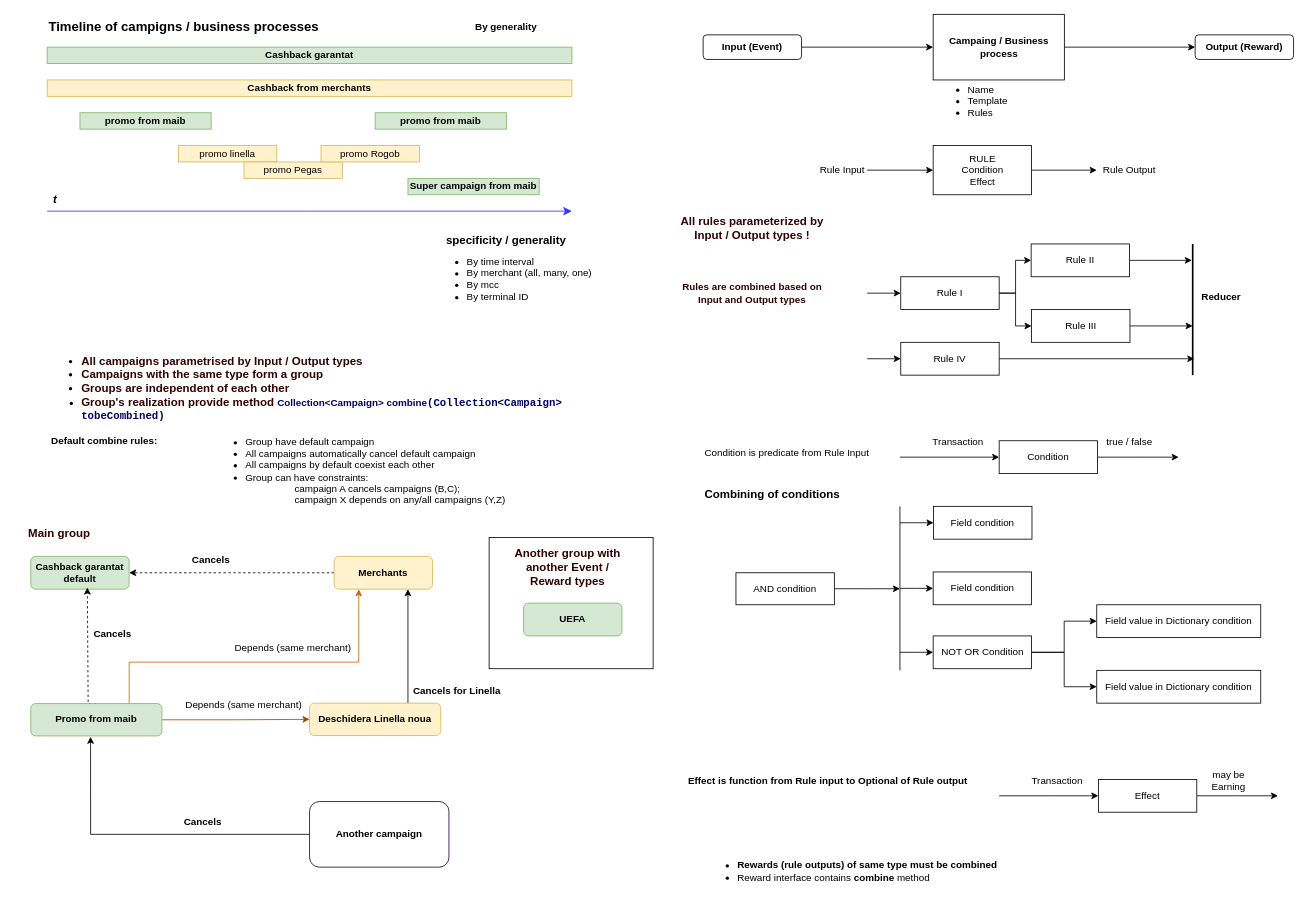
Earlier version of the draw.io diagram Диаграмма без названия.drawio (DemiusAcademius/diagrams). Source tidied: cells renumbered, new cells numbered last; positions are measured from the earlier drawing's top-left corner, leaving out a move shared by most shapes. Both pictures are drawn from the tidied source at 82%, with x=0, y=0 at pixel (14, 14).
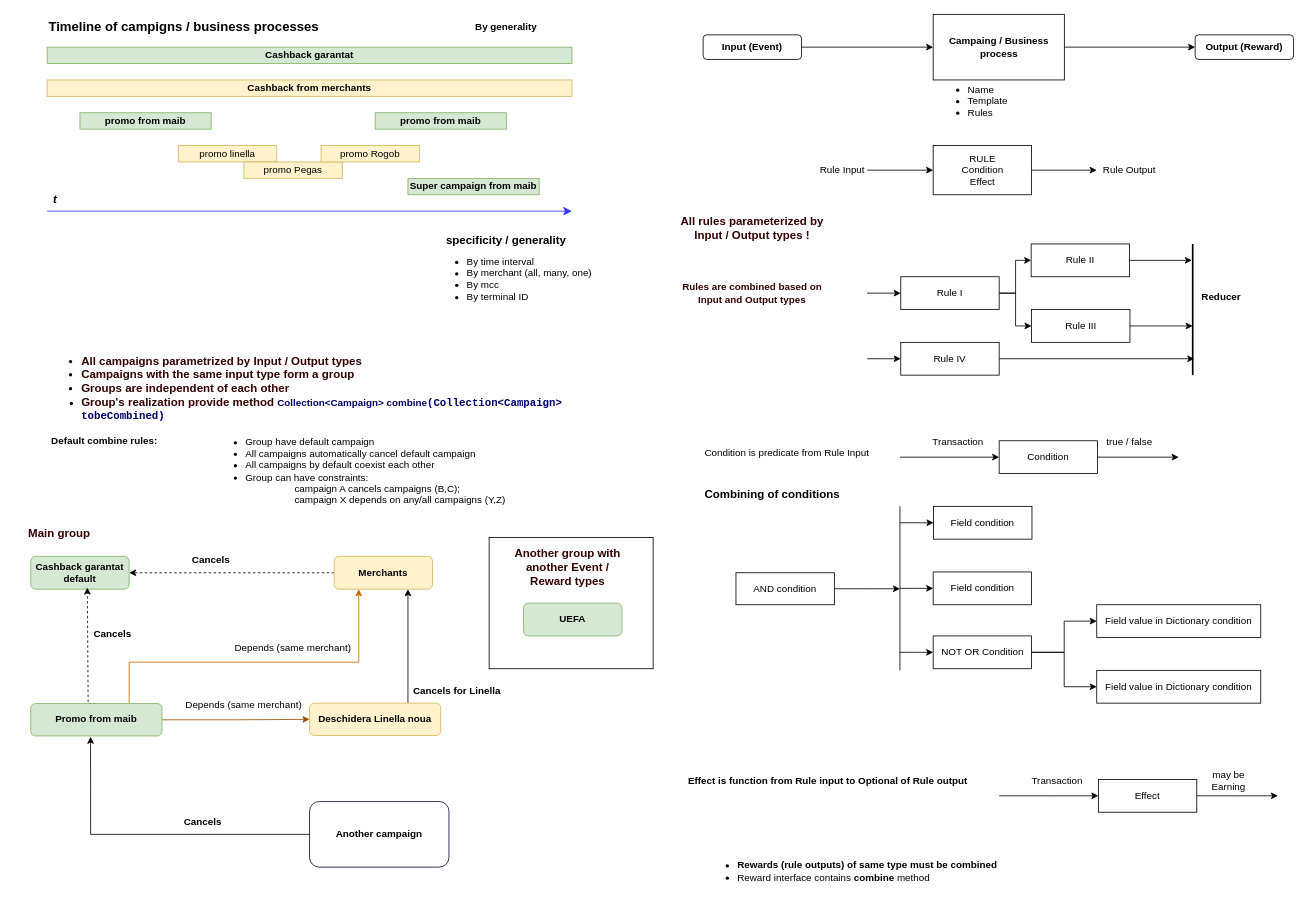
Above is the later version.

Commit message:
campaigns combining only by input type.drawio

The edit, as a diff of the source:
```diff
@@
-    <mxCell id="31" value="&lt;ul style=&quot;&quot;&gt;&lt;li style=&quot;font-size: 14px;&quot;&gt;&lt;font color=&quot;#330000&quot;&gt;&lt;b style=&quot;border-color: var(--border-color);&quot;&gt;All campaigns parametrised by Input / Output types&lt;/b&gt;&lt;br&gt;&lt;/font&gt;&lt;/li&gt;&lt;li style=&quot;font-size: 14px;&quot;&gt;&lt;b&gt;&lt;font color=&quot;#330000&quot;&gt;Сampaigns with the same type form a group&lt;/font&gt;&lt;/b&gt;&lt;/li&gt;&lt;li style=&quot;font-size: 14px;&quot;&gt;&lt;b&gt;&lt;font color=&quot;#330000&quot;&gt;Groups are independent of each other&lt;/font&gt;&lt;/b&gt;&lt;br&gt;&lt;/li&gt;&lt;li style=&quot;&quot;&gt;&lt;font size=&quot;1&quot; color=&quot;#330000&quot;&gt;&lt;b style=&quot;font-size: 14px;&quot;&gt;Group's realization provide method&amp;nbsp;&lt;/b&gt;&lt;/font&gt;&lt;b&gt;&lt;font color=&quot;#000066&quot;&gt;Collection&amp;lt;Campaign&amp;gt; combine&lt;span style=&quot;font-family: &amp;quot;JetBrains Mono&amp;quot;, monospace; font-size: 9.8pt;&quot;&gt;(Collection&amp;lt;Campaign&amp;gt; tobeCombined)&lt;/span&gt;&lt;/font&gt;&lt;/b&gt;&lt;/li&gt;&lt;/ul&gt;" style="text;strokeColor=none;fillColor=none;html=1;whiteSpace=wrap;verticalAlign=middle;overflow=hidden;" parent="1" vertex="1">
+    <mxCell id="31" value="&lt;ul style=&quot;&quot;&gt;&lt;li style=&quot;font-size: 14px;&quot;&gt;&lt;font color=&quot;#330000&quot;&gt;&lt;b style=&quot;border-color: var(--border-color);&quot;&gt;All campaigns parametrized by Input / Output types&lt;/b&gt;&lt;br&gt;&lt;/font&gt;&lt;/li&gt;&lt;li style=&quot;font-size: 14px;&quot;&gt;&lt;b&gt;&lt;font color=&quot;#330000&quot;&gt;Сampaigns with the same input type form a group&lt;/font&gt;&lt;/b&gt;&lt;/li&gt;&lt;li style=&quot;font-size: 14px;&quot;&gt;&lt;b&gt;&lt;font color=&quot;#330000&quot;&gt;Groups are independent of each other&lt;/font&gt;&lt;/b&gt;&lt;br&gt;&lt;/li&gt;&lt;li style=&quot;&quot;&gt;&lt;font size=&quot;1&quot; color=&quot;#330000&quot;&gt;&lt;b style=&quot;font-size: 14px;&quot;&gt;Group's realization provide method&amp;nbsp;&lt;/b&gt;&lt;/font&gt;&lt;b&gt;&lt;font color=&quot;#000066&quot;&gt;Collection&amp;lt;Campaign&amp;gt; combine&lt;span style=&quot;font-family: &amp;quot;JetBrains Mono&amp;quot;, monospace; font-size: 9.8pt;&quot;&gt;(Collection&amp;lt;Campaign&amp;gt; tobeCombined)&lt;/span&gt;&lt;/font&gt;&lt;/b&gt;&lt;/li&gt;&lt;/ul&gt;" style="text;strokeColor=none;fillColor=none;html=1;whiteSpace=wrap;verticalAlign=middle;overflow=hidden;" parent="1" vertex="1">
       <mxGeometry x="40" y="400" width="730" height="110" as="geometry" />
     </mxCell>
```
